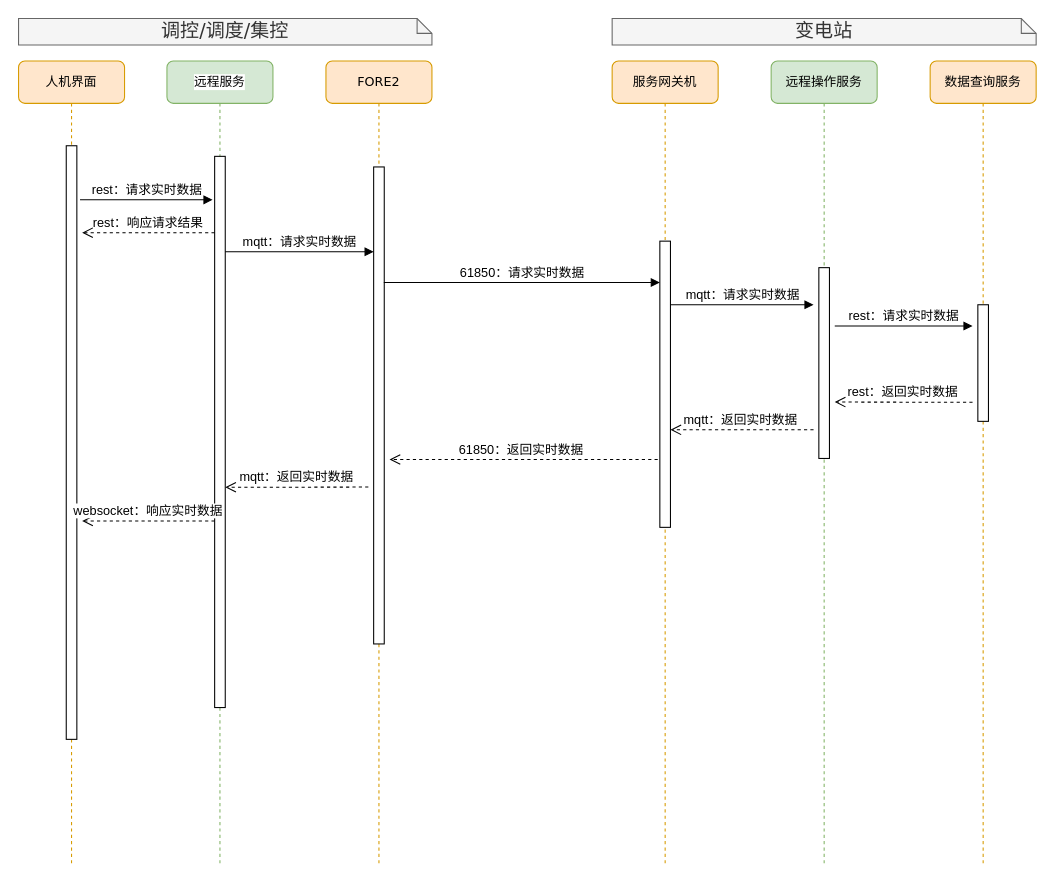
This is page "实时数据调阅" (2 of 4) of 远程服务.drawio from qwe995272801/taowenxiang, a draw.io file, before an edit. Source tidied: cells renumbered, new cells numbered last; positions are measured from the earlier drawing's top-left corner, leaving out a move shared by most shapes. Both pictures are drawn from the tidied source at 106%, with x=0, y=0 at pixel (18, 18).
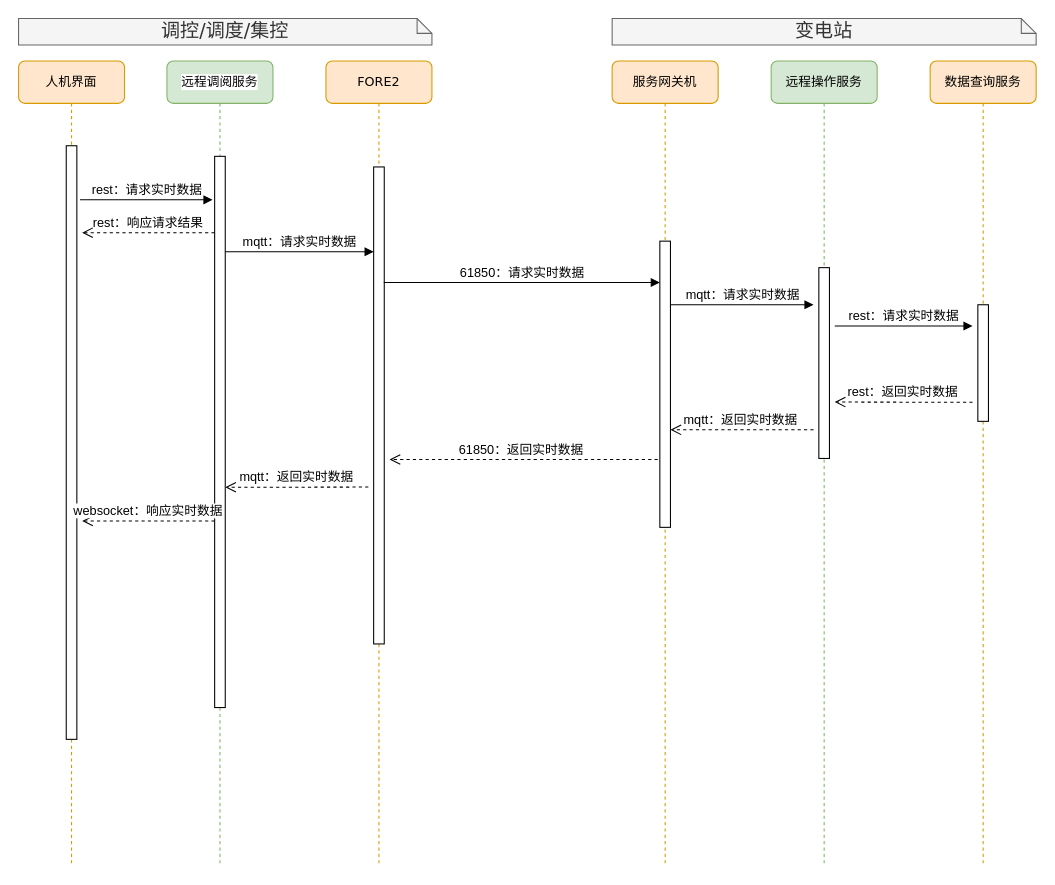
Above is the later version.

The edit, as a diff of the source:
```diff
@@
-    <mxCell id="2" value="远程服务" style="shape=umlLifeline;perimeter=lifelinePerimeter;whiteSpace=wrap;html=1;rounded=1;shadow=0;comic=0;labelBackgroundColor=#ffffff;strokeWidth=1;fontFamily=Verdana;fontSize=12;align=center;fillColor=#d5e8d4;strokeColor=#82b366;" parent="1" vertex="1">
+    <mxCell id="2" value="远程调阅服务" style="shape=umlLifeline;perimeter=lifelinePerimeter;whiteSpace=wrap;html=1;rounded=1;shadow=0;comic=0;labelBackgroundColor=#ffffff;strokeWidth=1;fontFamily=Verdana;fontSize=12;align=center;fillColor=#d5e8d4;strokeColor=#82b366;" parent="1" vertex="1">
       <mxGeometry x="140" y="40" width="100" height="760" as="geometry" />
     </mxCell>
```
